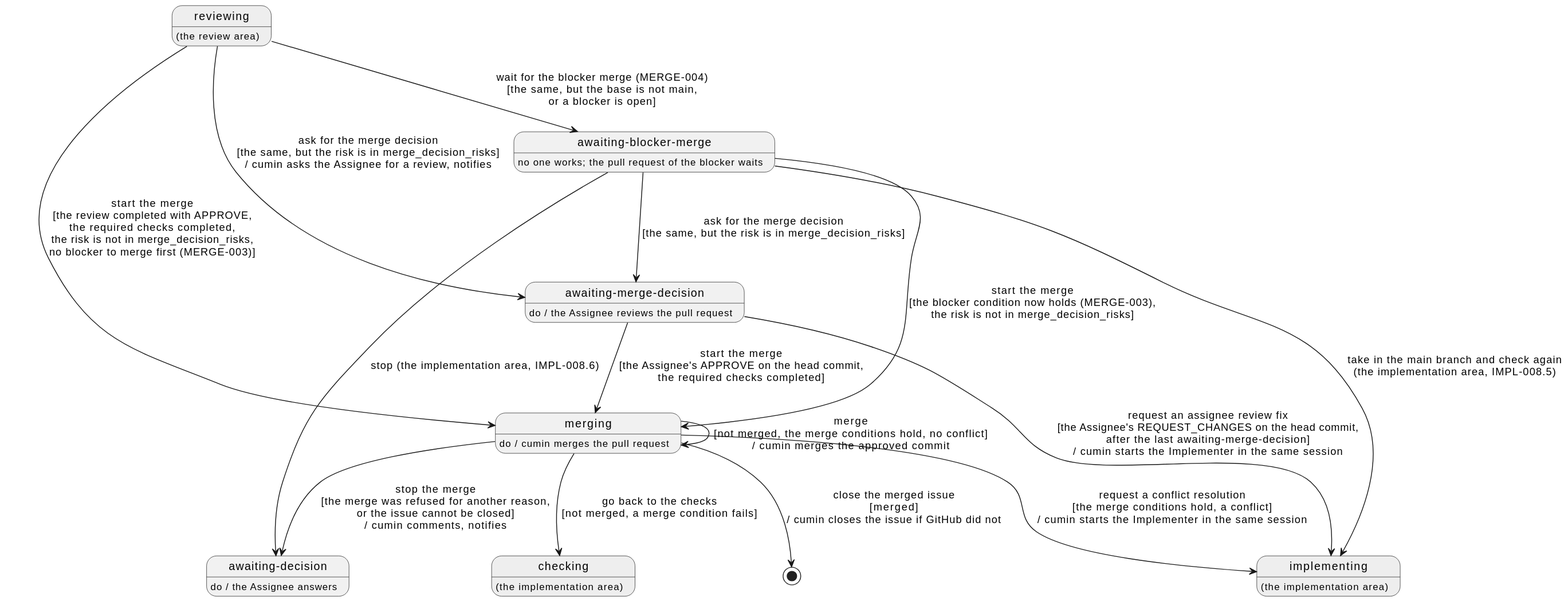
Before: docs/ja/requirements/merge/overview.svg, a diagram exported from PlantUML (cloveclovedev/cumin-works).
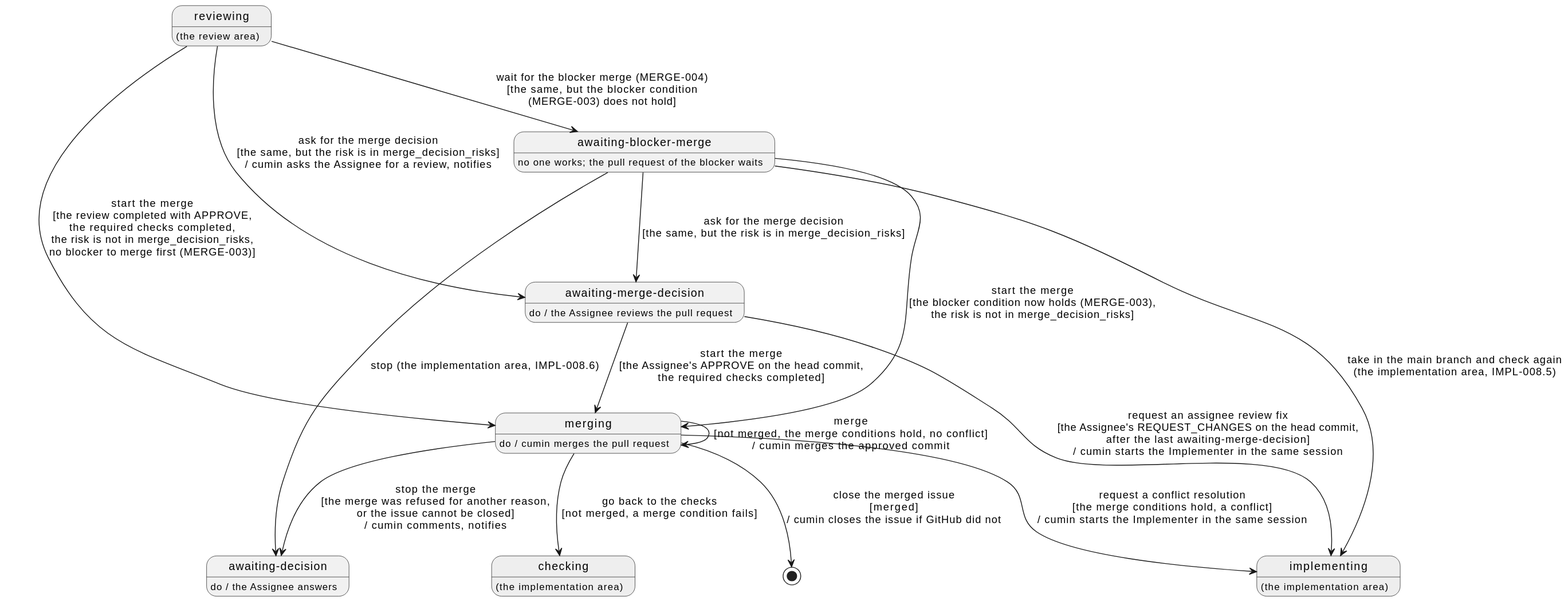
After the change.

Commit message:
docs(requirements): send every issue not ready for its blockers through awaiting-blocker-merge

The edit, as a diff of the source:
```diff
@@ -27,7 +27,7 @@
 Reviewing --> MergeDecision : ask for the merge decision\n[the same, but the risk is in merge_decision_risks]\n/ cumin asks the Assignee for a review, notifies
 MergeDecision --> Merging : start the merge\n[the Assignee's APPROVE on the head commit,\nthe required checks completed]
 MergeDecision --> Implementing : request an assignee review fix\n[the Assignee's REQUEST_CHANGES on the head commit,\nafter the last awaiting-merge-decision]\n/ cumin starts the Implementer in the same session
-Reviewing --> AwaitingBase : wait for the blocker merge (MERGE-004)\n[the same, but the base is not main,\nor a blocker is open]
+Reviewing --> AwaitingBase : wait for the blocker merge (MERGE-004)\n[the same, but the blocker condition\n(MERGE-003) does not hold]
 AwaitingBase --> Implementing : take in the main branch and check again\n(the implementation area, IMPL-008.5)
 AwaitingBase --> Merging : start the merge\n[the blocker condition now holds (MERGE-003),\nthe risk is not in merge_decision_risks]
 AwaitingBase --> MergeDecision : ask for the merge decision\n[the same, but the risk is in merge_decision_risks]
```
